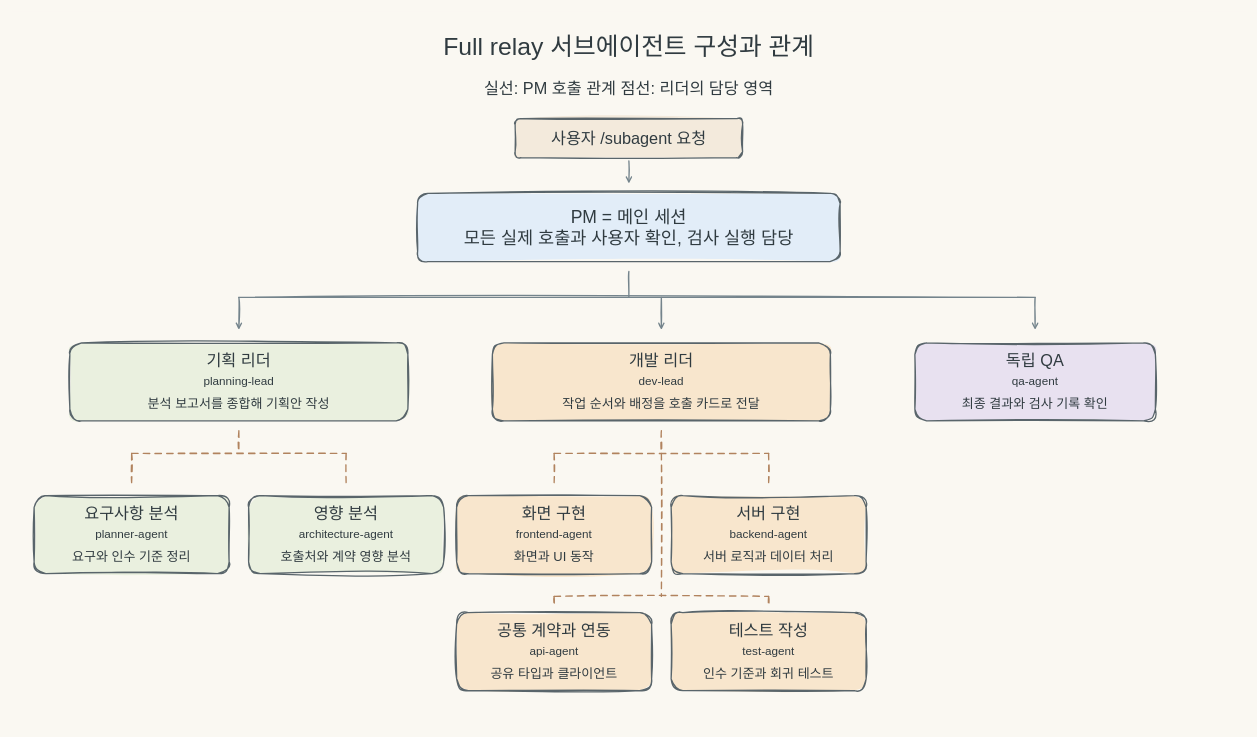
jbeat30/claude-subagent-workflow keeps this draw.io diagram as docs/assets/drawio/workflow-full-relay-roles.ko.drawio. Above is the earlier version. Source tidied: cells renumbered, new cells numbered last; positions are measured from the earlier drawing's top-left corner, leaving out a move shared by most shapes. Both pictures are drawn from the tidied source at 65%, with x=0, y=0 at pixel (11, 11).
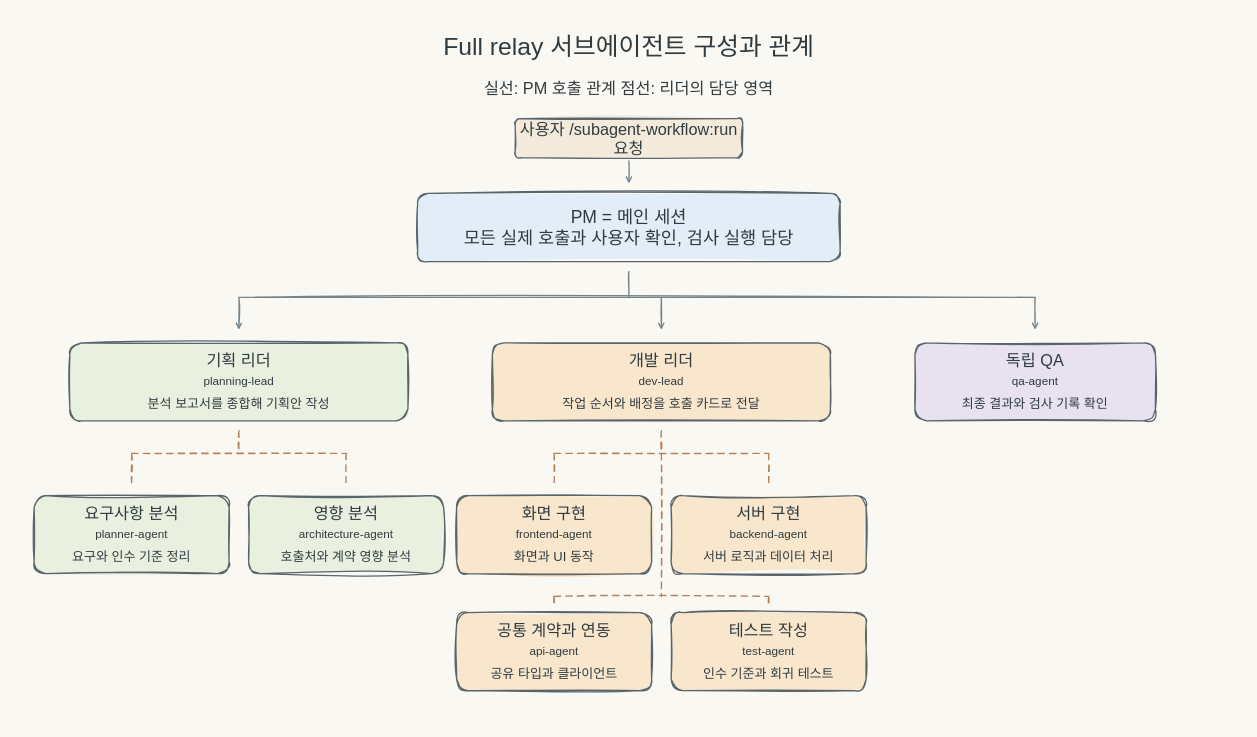
Above is the later version.

Diff of the diagram source:
```diff
@@
-    <mxCell id="5" value="사용자  /subagent 요청" style="whiteSpace=wrap;html=0;fontFamily=Malgun Gothic;fontSize=25;fontColor=#303b40;rounded=1;sketch=1;jiggle=2;strokeWidth=2;strokeColor=#59656b;fillColor=#f3eadc;align=center;verticalAlign=middle;fillOpacity=100;opacity=100;fillStyle=solid;gradientColor=none;glass=0;" parent="1" vertex="1">
+    <mxCell id="5" value="사용자  /subagent-workflow:run 요청" style="whiteSpace=wrap;html=0;fontFamily=Malgun Gothic;fontSize=25;fontColor=#303b40;rounded=1;sketch=1;jiggle=2;strokeWidth=2;strokeColor=#59656b;fillColor=#f3eadc;align=center;verticalAlign=middle;fillOpacity=100;opacity=100;fillStyle=solid;gradientColor=none;glass=0;" parent="1" vertex="1">
       <mxGeometry x="775" y="165" width="350" height="60" as="geometry" />
     </mxCell>
```
